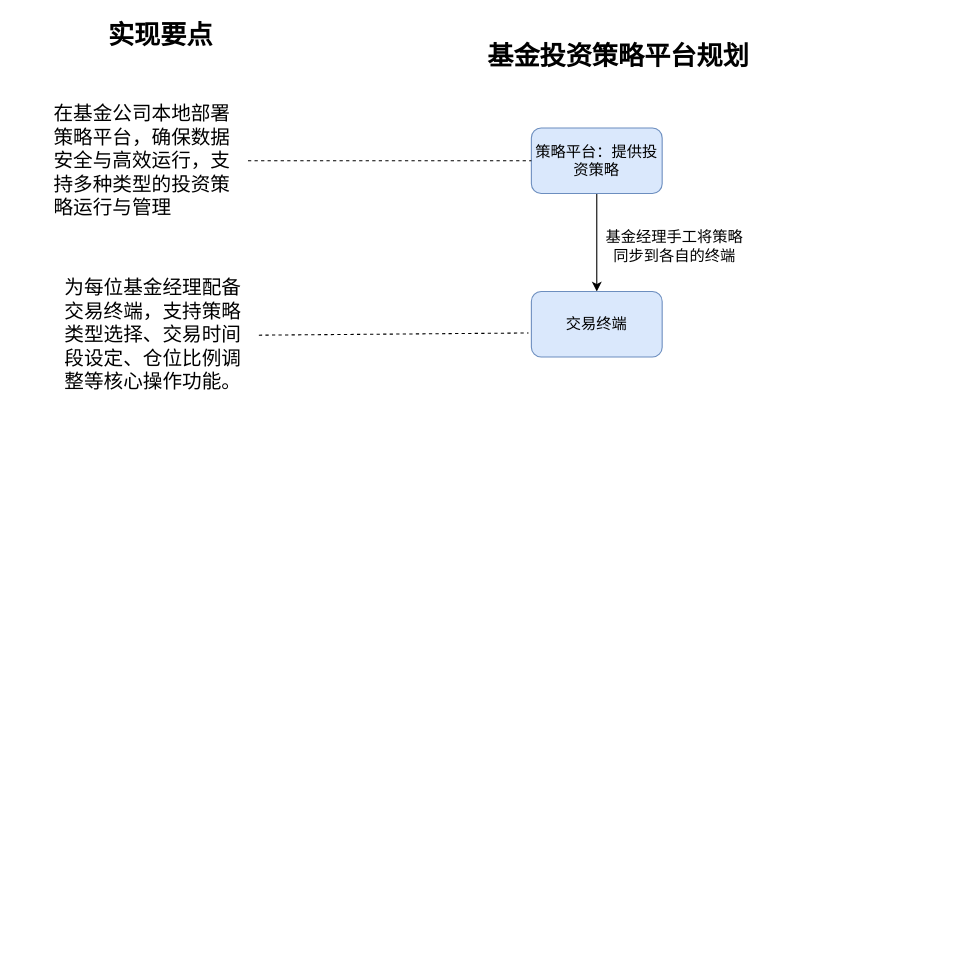
Before: 基金投资策略平台规划.drawio in steven-turing/draw, a draw.io diagram. Source tidied: cells renumbered, new cells numbered last; positions are measured from the earlier drawing's top-left corner, leaving out a move shared by most shapes. Both pictures are drawn from the tidied source at 109%, with x=0, y=0 at pixel (19, 19).
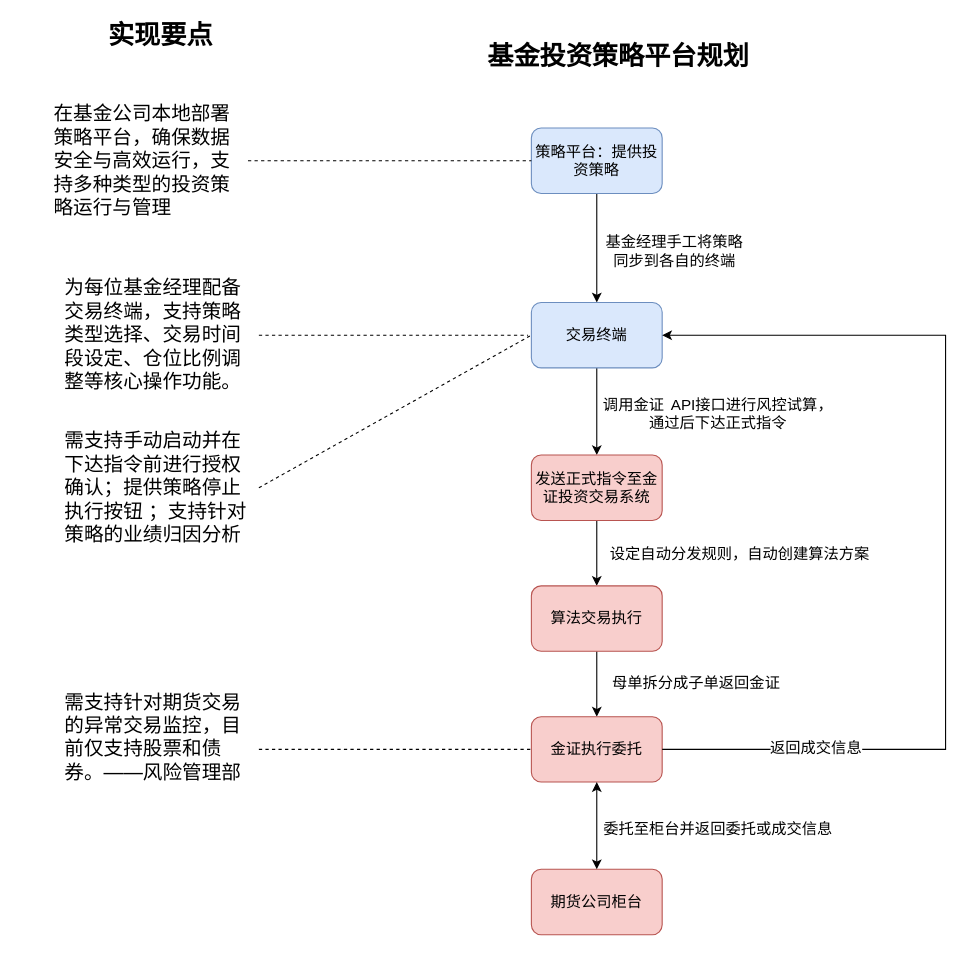
Above is the later version.

Commit message (it also covers changes not shown here):
更新基金投资策略平台规划.drawio

Unchanged cells that the change refers to:
```xml
<mxCell id="11" value="&lt;h1 style=&quot;margin-top: 0px;&quot;&gt;&lt;span style=&quot;font-weight: 400;&quot;&gt;为每位基金经理配备交易终端，支持策略类型选择、交易时间段设定、仓位比例调整等核心操作功能。&lt;/span&gt;&lt;/h1&gt;&lt;div&gt;&lt;br&gt;&lt;/div&gt;" style="text;html=1;whiteSpace=wrap;overflow=hidden;rounded=0;fontSize=9;" parent="1" vertex="1">
  <mxGeometry x="40" y="230" width="180" height="120" as="geometry" />
</mxCell>
```

Change to the diagram source:
```diff
@@
+    <mxCell id="13" style="edgeStyle=orthogonalEdgeStyle;rounded=0;jettySize=auto;html=1;" parent="1" edge="1" source="9" target="19">
+      <mxGeometry relative="1" as="geometry" />
+    </mxCell>
+    <mxCell id="14" value="&lt;font style=&quot;font-size: 14px;&quot;&gt;调用金证&lt;span style=&quot;white-space: pre;&quot;&gt;&#9;&lt;/span&gt;API接口进行风控试算，&lt;br&gt;通过后下达正式指令&lt;/font&gt;" style="edgeLabel;html=1;align=center;verticalAlign=middle;" parent="13" vertex="1">
+      <mxGeometry x="0.03" y="2" relative="1" as="geometry">
+        <mxPoint x="108" as="offset" />
+      </mxGeometry>
+    </mxCell>
     <mxCell id="9" value="交易终端" style="rounded=1;whiteSpace=wrap;html=1;fontSize=14;glass=0;strokeWidth=1;shadow=0;fillColor=#dae8fc;strokeColor=#6c8ebf;" parent="1" vertex="1">
-      <mxGeometry x="470" y="250" width="120" height="60" as="geometry" />
+      <mxGeometry x="470" y="260" width="120" height="60" as="geometry" />
     </mxCell>
@@
-    <mxCell id="12" style="endArrow=none;dashed=1;html=1;rounded=0;exitX=1;exitY=0.5;exitDx=0;exitDy=0;entryX=-0.022;entryY=0.633;entryDx=0;entryDy=0;entryPerimeter=0;" parent="1" edge="1" source="11" target="9">
-      <mxGeometry relative="1" as="geometry" />
+    <mxCell id="12" style="endArrow=none;dashed=1;html=1;rounded=0;exitX=1;exitY=0.5;exitDx=0;exitDy=0;" parent="1" edge="1" source="11">
+      <mxGeometry relative="1" as="geometry">
+        <mxPoint x="467" y="290" as="targetPoint" />
+      </mxGeometry>
     </mxCell>
+    <mxCell id="15" value="&lt;h1 style=&quot;margin-top: 0px;&quot;&gt;&lt;span style=&quot;font-weight: 400;&quot;&gt;需支持手动启动并在下达指令前进行授权确认；提供策略停止执行按钮 ；支持针对策略的业绩归因分析&lt;/span&gt;&lt;/h1&gt;" style="text;html=1;whiteSpace=wrap;overflow=hidden;rounded=0;fontSize=9;" parent="1" vertex="1">
+      <mxGeometry x="40" y="370" width="180" height="120" as="geometry" />
+    </mxCell>
+    <mxCell id="16" style="endArrow=none;dashed=1;html=1;rounded=0;exitX=1;exitY=0.5;exitDx=0;exitDy=0;entryX=0;entryY=0.5;entryDx=0;entryDy=0;" parent="1" edge="1" source="15" target="9">
+      <mxGeometry relative="1" as="geometry" />
+    </mxCell>
+    <mxCell id="17" style="edgeStyle=orthogonalEdgeStyle;rounded=0;jettySize=auto;html=1;" parent="1" edge="1" source="19" target="22">
+      <mxGeometry relative="1" as="geometry" />
+    </mxCell>
+    <mxCell id="18" value="&lt;font style=&quot;font-size: 14px;&quot;&gt;设定自动分发规则，自动创建算法方案&lt;/font&gt;" style="edgeLabel;html=1;align=center;verticalAlign=middle;" parent="17" vertex="1">
+      <mxGeometry x="-0.04" y="1" relative="1" as="geometry">
+        <mxPoint x="129" y="1" as="offset" />
+      </mxGeometry>
+    </mxCell>
+    <mxCell id="19" value="发送正式指令至金证投资交易系统" style="rounded=1;whiteSpace=wrap;html=1;labelBackgroundColor=none;fillColor=#f8cecc;strokeColor=#b85450;fontSize=14;" parent="1" vertex="1">
+      <mxGeometry x="470" y="400" width="120" height="60" as="geometry" />
+    </mxCell>
+    <mxCell id="20" style="edgeStyle=orthogonalEdgeStyle;rounded=0;jettySize=auto;html=1;" parent="1" edge="1" source="22" target="23">
+      <mxGeometry relative="1" as="geometry" />
+    </mxCell>
+    <mxCell id="21" value="&lt;font style=&quot;font-size: 14px;&quot;&gt;母单拆分成子单返回金证&lt;/font&gt;&lt;div&gt;&lt;br&gt;&lt;/div&gt;" style="edgeLabel;html=1;align=center;verticalAlign=middle;" parent="20" vertex="1">
+      <mxGeometry x="0.13" y="-2" relative="1" as="geometry">
+        <mxPoint x="92" as="offset" />
+      </mxGeometry>
+    </mxCell>
+    <mxCell id="22" value="算法交易执行" style="rounded=1;whiteSpace=wrap;html=1;labelBackgroundColor=none;fillColor=#f8cecc;strokeColor=#b85450;fontSize=14;" parent="1" vertex="1">
+      <mxGeometry x="470" y="520" width="120" height="60" as="geometry" />
+    </mxCell>
+    <mxCell id="23" value="金证执行委托" style="rounded=1;whiteSpace=wrap;html=1;labelBackgroundColor=none;fillColor=#f8cecc;strokeColor=#b85450;fontSize=14;" parent="1" vertex="1">
+      <mxGeometry x="470" y="640" width="120" height="60" as="geometry" />
+    </mxCell>
+    <mxCell id="24" value="期货公司柜台" style="rounded=1;whiteSpace=wrap;html=1;labelBackgroundColor=none;fillColor=#f8cecc;strokeColor=#b85450;fontSize=14;" parent="1" vertex="1">
+      <mxGeometry x="470" y="780" width="120" height="60" as="geometry" />
+    </mxCell>
+    <mxCell id="25" value="&lt;h1 style=&quot;margin-top: 0px;&quot;&gt;&lt;span style=&quot;font-weight: 400;&quot;&gt;需支持针对期货交易的异常交易监控，目前仅支持股票和债券。——风险管理部&lt;/span&gt;&lt;/h1&gt;" style="text;html=1;whiteSpace=wrap;overflow=hidden;rounded=0;fontSize=9;" parent="1" vertex="1">
+      <mxGeometry x="40" y="610" width="180" height="120" as="geometry" />
+    </mxCell>
+    <mxCell id="26" style="endArrow=none;dashed=1;html=1;rounded=0;exitX=1;exitY=0.5;exitDx=0;exitDy=0;entryX=0;entryY=0.5;entryDx=0;entryDy=0;" parent="1" edge="1" source="25" target="23">
+      <mxGeometry relative="1" as="geometry" />
+    </mxCell>
+    <mxCell id="27" style="endArrow=classic;startArrow=classic;html=1;rounded=0;exitX=0.5;exitY=0;exitDx=0;exitDy=0;" parent="1" edge="1" source="24">
+      <mxGeometry relative="1" as="geometry">
+        <mxPoint x="530" y="700" as="targetPoint" />
+      </mxGeometry>
+    </mxCell>
+    <mxCell id="28" value="&lt;font style=&quot;font-size: 14px;&quot;&gt;委托至柜台并返回委托或成交信息&lt;/font&gt;" style="edgeLabel;html=1;align=center;verticalAlign=middle;" parent="27" vertex="1">
+      <mxGeometry x="-0.05" y="-3" relative="1" as="geometry">
+        <mxPoint x="107" as="offset" />
+      </mxGeometry>
+    </mxCell>
+    <mxCell id="29" style="endArrow=classic;html=1;rounded=0;exitX=1;exitY=0.5;exitDx=0;exitDy=0;entryX=1;entryY=0.5;entryDx=0;entryDy=0;" parent="1" edge="1" source="23" target="9">
+      <mxGeometry relative="1" as="geometry">
+        <Array as="points">
+          <mxPoint x="850" y="670" />
+          <mxPoint x="850" y="290" />
+        </Array>
+      </mxGeometry>
+    </mxCell>
+    <mxCell id="30" value="&lt;font style=&quot;font-size: 14px;&quot;&gt;返回成交信息&lt;/font&gt;" style="edgeLabel;html=1;align=center;verticalAlign=middle;" parent="29" vertex="1">
+      <mxGeometry x="0.04" y="-2" relative="1" as="geometry">
+        <mxPoint x="-122" y="206" as="offset" />
+      </mxGeometry>
+    </mxCell>
```
